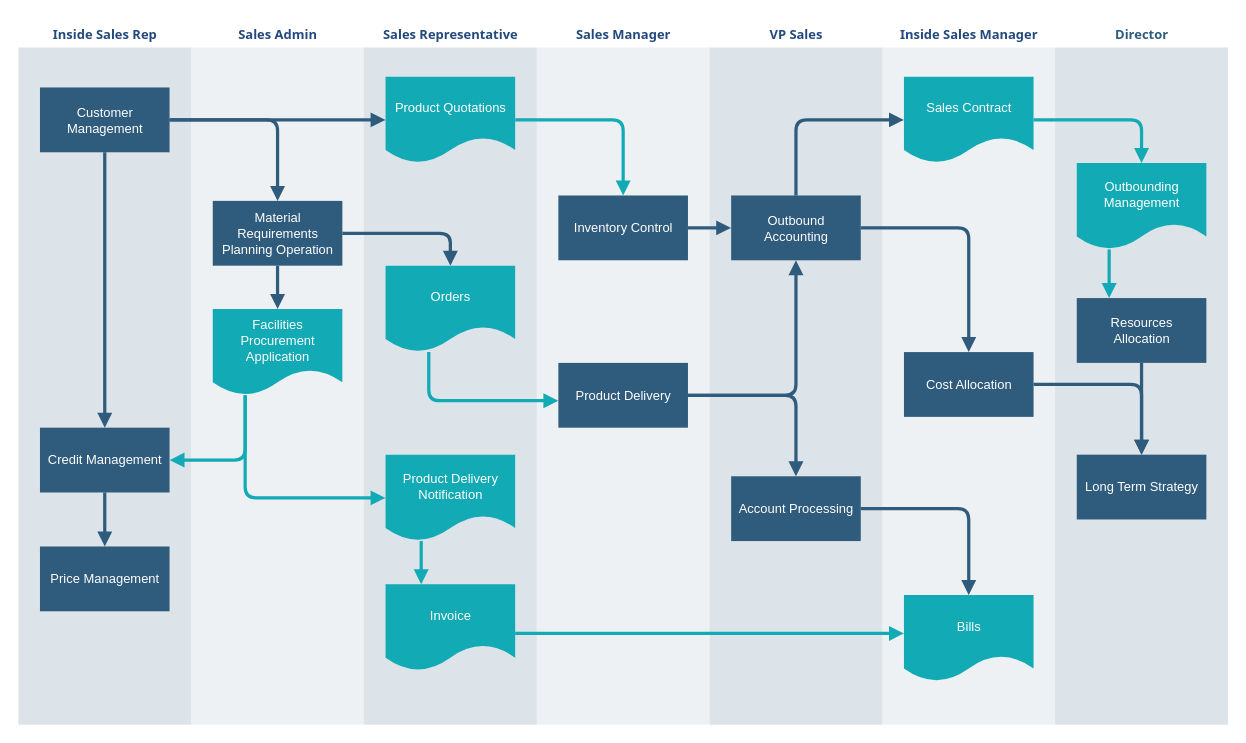
This is docs/c2c-sepia-workflow.drawio from josura/c2c-sepia, a draw.io file, before an edit. Source tidied: cells renumbered, new cells numbered last; positions are measured from the earlier drawing's top-left corner, leaving out a move shared by most shapes. Both pictures are drawn from the tidied source at 108%, with x=0, y=0 at pixel (17, 22).
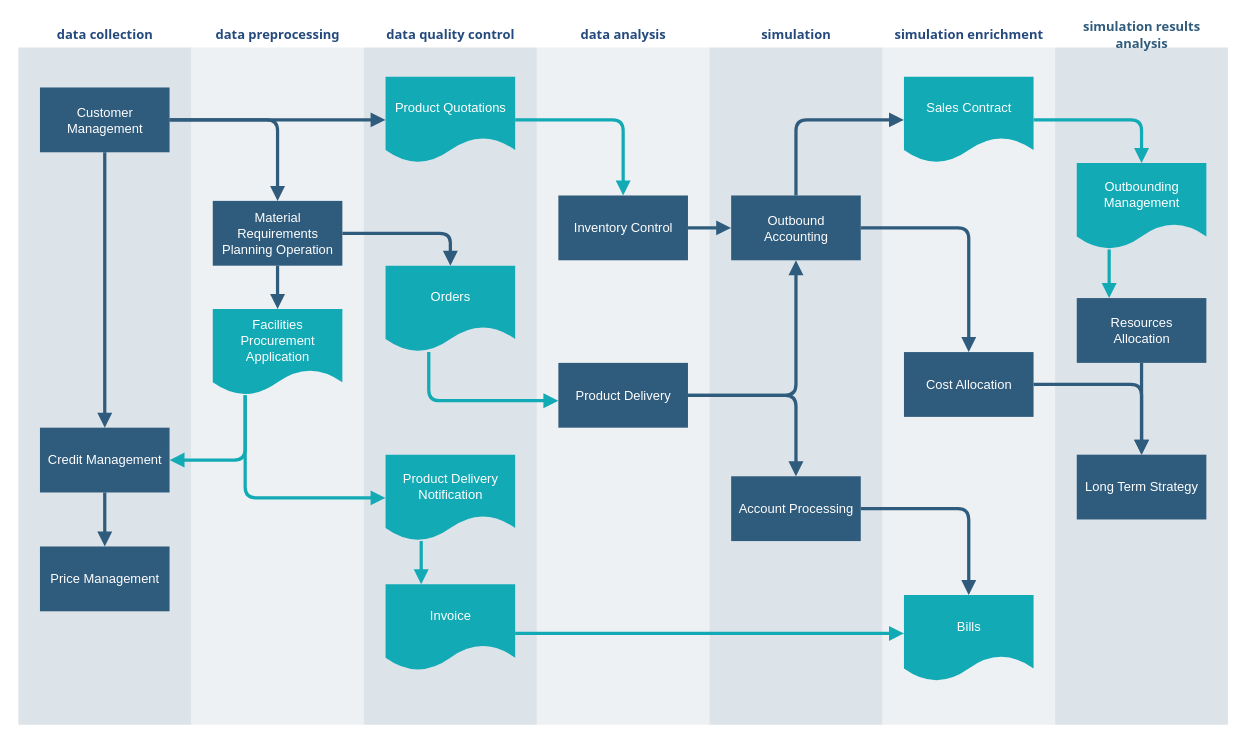
The same diagram, later.

What changed in the source:
```diff
@@
-    <mxCell id="2" value="&lt;font color=&quot;#23497d&quot;&gt;Inside Sales Rep&lt;/font&gt;" style="swimlane;whiteSpace=wrap;fillColor=none;swimlaneFillColor=#BAC8D3;fontColor=#2F5B7C;fontFamily=Tahoma;html=1;strokeColor=none;opacity=50;" parent="1" vertex="1">
+    <mxCell id="2" value="&lt;font color=&quot;#23497d&quot;&gt;data collection&lt;/font&gt;" style="swimlane;whiteSpace=wrap;fillColor=none;swimlaneFillColor=#BAC8D3;fontColor=#2F5B7C;fontFamily=Tahoma;html=1;strokeColor=none;opacity=50;" parent="1" vertex="1">
       <mxGeometry x="0.5" y="0.5" width="160" height="650" as="geometry" />
     </mxCell>
@@
-    <mxCell id="8" value="&lt;font color=&quot;#23497d&quot;&gt;Inside Sales Manager&lt;/font&gt;" style="swimlane;whiteSpace=wrap;fillColor=none;swimlaneFillColor=#BAC8D3;fontColor=#2F5B7C;fontFamily=Tahoma;html=1;strokeColor=none;opacity=25;" parent="1" vertex="1">
+    <mxCell id="8" value="&lt;font color=&quot;#23497d&quot;&gt;simulation enrichment&lt;/font&gt;" style="swimlane;whiteSpace=wrap;fillColor=none;swimlaneFillColor=#BAC8D3;fontColor=#2F5B7C;fontFamily=Tahoma;html=1;strokeColor=none;opacity=25;" parent="1" vertex="1">
       <mxGeometry x="800.5" y="0.5" width="160" height="650" as="geometry" />
     </mxCell>
@@
-    <mxCell id="12" value="&lt;font color=&quot;#23497d&quot;&gt;VP Sales&lt;/font&gt;" style="swimlane;whiteSpace=wrap;fillColor=none;swimlaneFillColor=#BAC8D3;fontColor=#2F5B7C;fontFamily=Tahoma;html=1;strokeColor=none;opacity=50;" parent="1" vertex="1">
+    <mxCell id="12" value="&lt;font color=&quot;#23497d&quot;&gt;simulation&lt;/font&gt;" style="swimlane;whiteSpace=wrap;fillColor=none;swimlaneFillColor=#BAC8D3;fontColor=#2F5B7C;fontFamily=Tahoma;html=1;strokeColor=none;opacity=50;" parent="1" vertex="1">
       <mxGeometry x="640.5" y="0.5" width="160" height="650" as="geometry" />
     </mxCell>
@@
-    <mxCell id="15" value="&lt;font color=&quot;#23497d&quot;&gt;Sales Admin&lt;/font&gt;" style="swimlane;whiteSpace=wrap;fillColor=none;swimlaneFillColor=#BAC8D3;fontColor=#2F5B7C;fontFamily=Tahoma;html=1;strokeColor=none;opacity=25;" parent="1" vertex="1">
+    <mxCell id="15" value="&lt;font color=&quot;#23497d&quot;&gt;data preprocessing&lt;/font&gt;" style="swimlane;whiteSpace=wrap;fillColor=none;swimlaneFillColor=#BAC8D3;fontColor=#2F5B7C;fontFamily=Tahoma;html=1;strokeColor=none;opacity=25;" parent="1" vertex="1">
       <mxGeometry x="160.5" y="0.5" width="160" height="650" as="geometry" />
     </mxCell>
@@
-    <mxCell id="19" value="&lt;font color=&quot;#23497d&quot;&gt;Sales Representative&lt;/font&gt;" style="swimlane;whiteSpace=wrap;fillColor=none;swimlaneFillColor=#BAC8D3;fontColor=#2F5B7C;fontFamily=Tahoma;html=1;strokeColor=none;opacity=50;" parent="1" vertex="1">
+    <mxCell id="19" value="&lt;font color=&quot;#23497d&quot;&gt;data quality control&lt;/font&gt;" style="swimlane;whiteSpace=wrap;fillColor=none;swimlaneFillColor=#BAC8D3;fontColor=#2F5B7C;fontFamily=Tahoma;html=1;strokeColor=none;opacity=50;" parent="1" vertex="1">
       <mxGeometry x="320.5" y="0.5" width="160" height="650" as="geometry" />
     </mxCell>
@@
-    <mxCell id="25" value="&lt;font color=&quot;#23497d&quot;&gt;Sales Manager&lt;/font&gt;" style="swimlane;whiteSpace=wrap;fillColor=none;swimlaneFillColor=#BAC8D3;fontColor=#2F5B7C;fontFamily=Tahoma;html=1;strokeColor=none;opacity=25;" parent="1" vertex="1">
+    <mxCell id="25" value="&lt;font color=&quot;#23497d&quot;&gt;data analysis&lt;/font&gt;" style="swimlane;whiteSpace=wrap;fillColor=none;swimlaneFillColor=#BAC8D3;fontColor=#2F5B7C;fontFamily=Tahoma;html=1;strokeColor=none;opacity=25;" parent="1" vertex="1">
       <mxGeometry x="480.5" y="0.5" width="160" height="650" as="geometry" />
     </mxCell>
@@
-    <mxCell id="28" value="Director" style="swimlane;whiteSpace=wrap;fillColor=none;swimlaneFillColor=#BAC8D3;fontColor=#2F5B7C;fontFamily=Tahoma;html=1;strokeColor=none;opacity=50;" parent="1" vertex="1">
+    <mxCell id="28" value="simulation results analysis" style="swimlane;whiteSpace=wrap;fillColor=none;swimlaneFillColor=#BAC8D3;fontColor=#2F5B7C;fontFamily=Tahoma;html=1;strokeColor=none;opacity=50;" parent="1" vertex="1">
       <mxGeometry x="960.5" y="0.5" width="160" height="650" as="geometry" />
     </mxCell>
```
